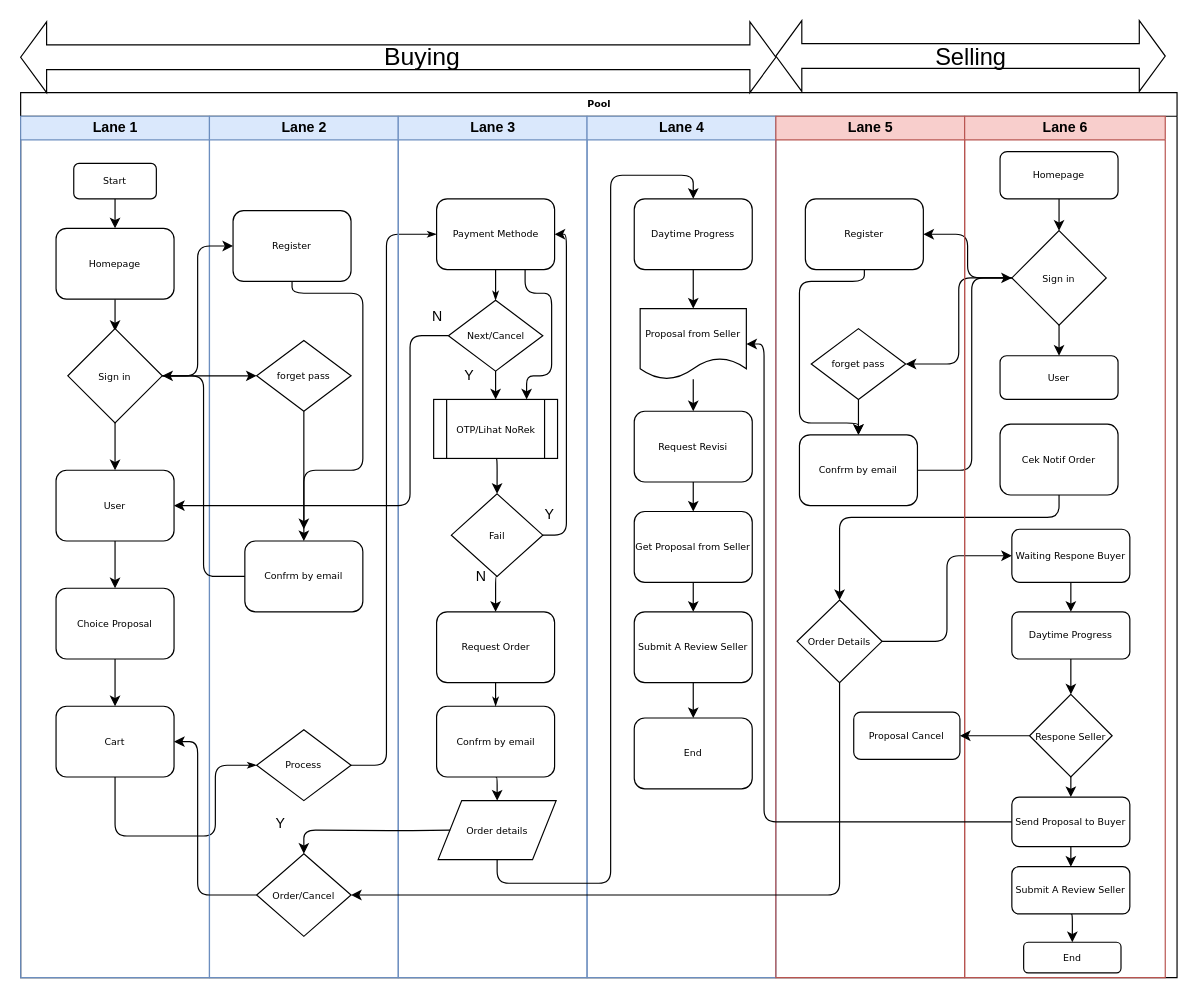
ahmadfaqih-dev/Flowchart keeps this draw.io diagram as page "Flow Buyer" (2 of 3) of Diagram Tanpa Judul.drawio. Above is the earlier version. Source tidied: cells renumbered, new cells numbered last; positions are measured from the earlier drawing's top-left corner, leaving out a move shared by most shapes. Both pictures are drawn from the tidied source at 118%, with x=0, y=0 at pixel (20, 20).
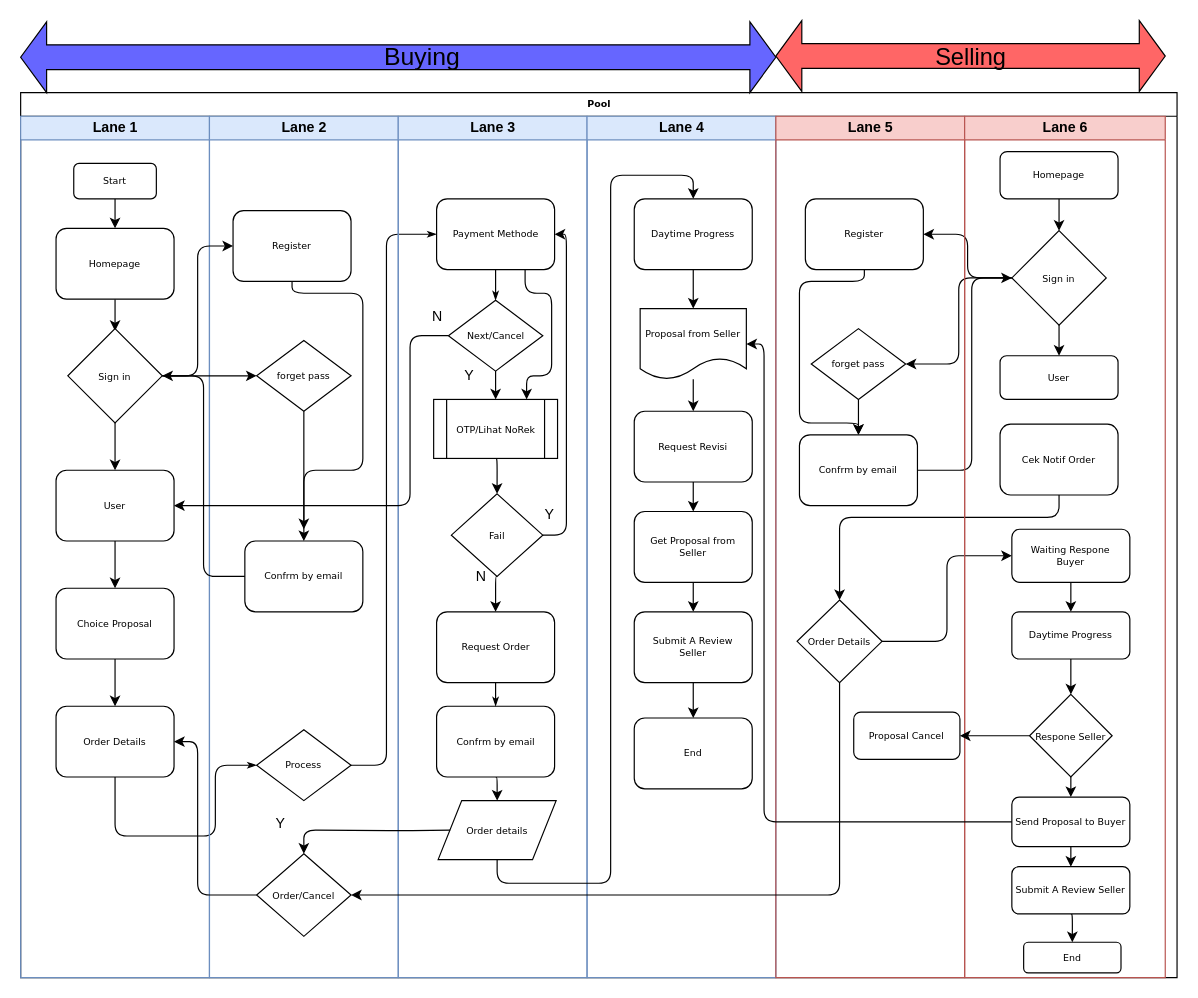
Above is the later version.

The change refers to these unchanged cells:
```xml
<mxCell id="5" value="Lane 1" style="swimlane;html=1;startSize=20;fillColor=#dae8fc;strokeColor=#6c8ebf;" parent="2" vertex="1">
  <mxGeometry y="20" width="160" height="730" as="geometry" />
</mxCell>
<mxCell id="45" value="Lane 4" style="swimlane;html=1;startSize=20;fillColor=#dae8fc;strokeColor=#6c8ebf;" parent="2" vertex="1">
  <mxGeometry x="480" y="20" width="160" height="730" as="geometry" />
</mxCell>
<mxCell id="77" value="Lane 6" style="swimlane;html=1;startSize=20;fillColor=#f8cecc;strokeColor=#b85450;" parent="2" vertex="1">
  <mxGeometry x="800" y="20" width="170" height="730" as="geometry" />
</mxCell>
```

The edit, as a diff of the source:
```diff
@@
-    <mxCell id="8" value="Cart" style="rounded=1;whiteSpace=wrap;html=1;shadow=0;labelBackgroundColor=none;strokeWidth=1;fontFamily=Verdana;fontSize=8;align=center;" parent="5" vertex="1">
+    <mxCell id="8" value="Order Details" style="rounded=1;whiteSpace=wrap;html=1;shadow=0;labelBackgroundColor=none;strokeWidth=1;fontFamily=Verdana;fontSize=8;align=center;" parent="5" vertex="1">
       <mxGeometry x="30" y="500" width="100" height="60" as="geometry" />
     </mxCell>
@@
-    <mxCell id="53" value="Get Proposal from Seller" style="rounded=1;whiteSpace=wrap;html=1;shadow=0;labelBackgroundColor=none;strokeWidth=1;fontFamily=Verdana;fontSize=8;align=center;" parent="45" vertex="1">
+    <mxCell id="53" value="&lt;div&gt;Get Proposal from&lt;/div&gt;&lt;div&gt;Seller&lt;/div&gt;" style="rounded=1;whiteSpace=wrap;html=1;shadow=0;labelBackgroundColor=none;strokeWidth=1;fontFamily=Verdana;fontSize=8;align=center;" parent="45" vertex="1">
       <mxGeometry x="40" y="335" width="100" height="60" as="geometry" />
     </mxCell>
@@
-    <mxCell id="55" value="Submit A Review Seller" style="rounded=1;whiteSpace=wrap;html=1;shadow=0;labelBackgroundColor=none;strokeWidth=1;fontFamily=Verdana;fontSize=8;align=center;" parent="45" vertex="1">
+    <mxCell id="55" value="&lt;div&gt;Submit A Review&lt;/div&gt;&lt;div&gt;Seller&lt;/div&gt;" style="rounded=1;whiteSpace=wrap;html=1;shadow=0;labelBackgroundColor=none;strokeWidth=1;fontFamily=Verdana;fontSize=8;align=center;" parent="45" vertex="1">
       <mxGeometry x="40" y="420" width="100" height="60" as="geometry" />
     </mxCell>
@@
-    <mxCell id="85" value="Waiting Respone Buyer" style="rounded=1;whiteSpace=wrap;html=1;shadow=0;labelBackgroundColor=none;strokeWidth=1;fontFamily=Verdana;fontSize=8;align=center;" parent="77" vertex="1">
+    <mxCell id="85" value="&lt;div&gt;Waiting Respone&lt;/div&gt;&lt;div&gt;Buyer&lt;/div&gt;" style="rounded=1;whiteSpace=wrap;html=1;shadow=0;labelBackgroundColor=none;strokeWidth=1;fontFamily=Verdana;fontSize=8;align=center;" parent="77" vertex="1">
       <mxGeometry x="40" y="350" width="100" height="45" as="geometry" />
     </mxCell>
@@
-    <mxCell id="99" style="html=1;shadow=0;dashed=0;align=center;verticalAlign=middle;shape=mxgraph.arrows2.twoWayArrow;dy=0.65;dx=22;" parent="1" vertex="1">
+    <mxCell id="99" style="html=1;shadow=0;dashed=0;align=center;verticalAlign=middle;shape=mxgraph.arrows2.twoWayArrow;dy=0.65;dx=22;fillColor=#6666FF;" parent="1" vertex="1">
       <mxGeometry y="1" width="640" height="60" as="geometry" />
     </mxCell>
@@
-    <mxCell id="101" value="&lt;font style=&quot;font-size: 20px&quot;&gt;Selling&lt;/font&gt;" style="html=1;shadow=0;dashed=0;align=center;verticalAlign=middle;shape=mxgraph.arrows2.twoWayArrow;dy=0.65;dx=22;" parent="1" vertex="1">
+    <mxCell id="101" value="&lt;font style=&quot;font-size: 20px&quot;&gt;Selling&lt;/font&gt;" style="html=1;shadow=0;dashed=0;align=center;verticalAlign=middle;shape=mxgraph.arrows2.twoWayArrow;dy=0.65;dx=22;fillColor=#FF6666;" parent="1" vertex="1">
       <mxGeometry x="640" width="330" height="60" as="geometry" />
     </mxCell>
```
